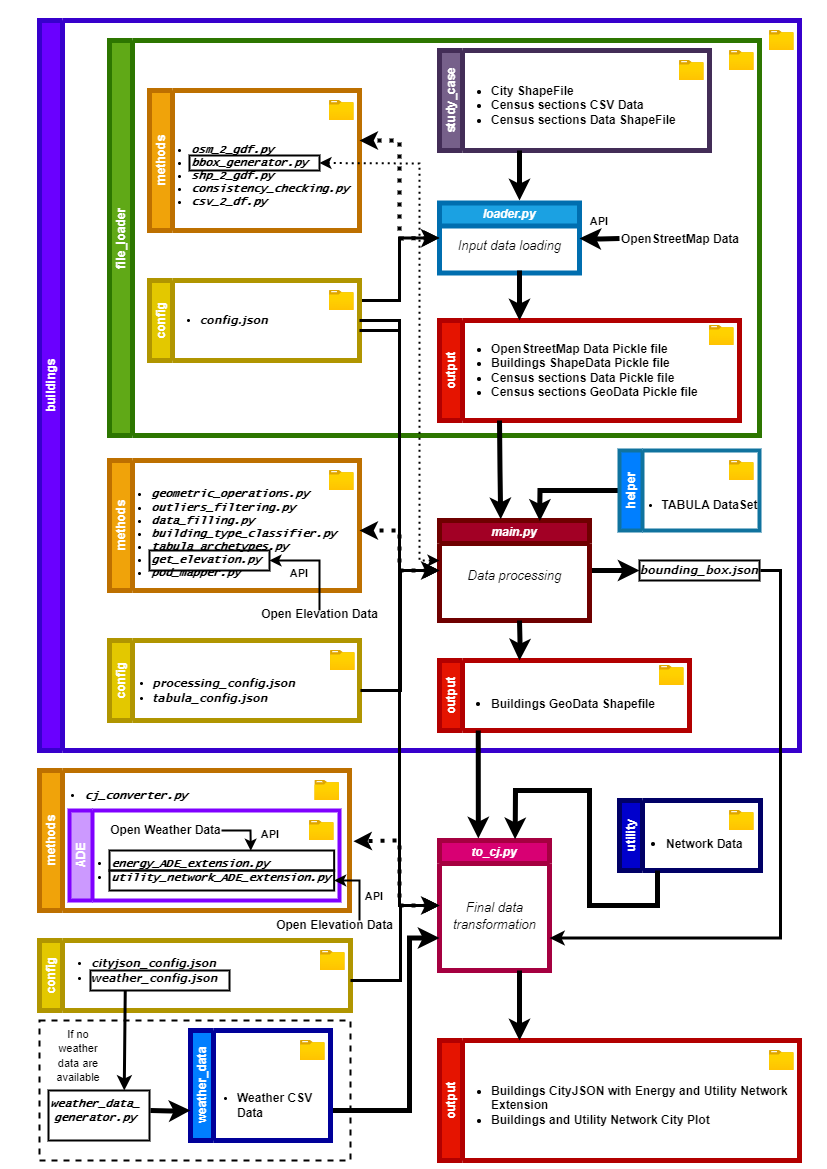
ElTure97/A-standardised-GIS-based-tool-to-automate-urban-scenario-making keeps this draw.io diagram as pipeline_diagram.png. Above is the earlier version. Source tidied: cells renumbered, new cells last; positions are measured from the earlier drawing's top-left corner, leaving out a move shared by most shapes.
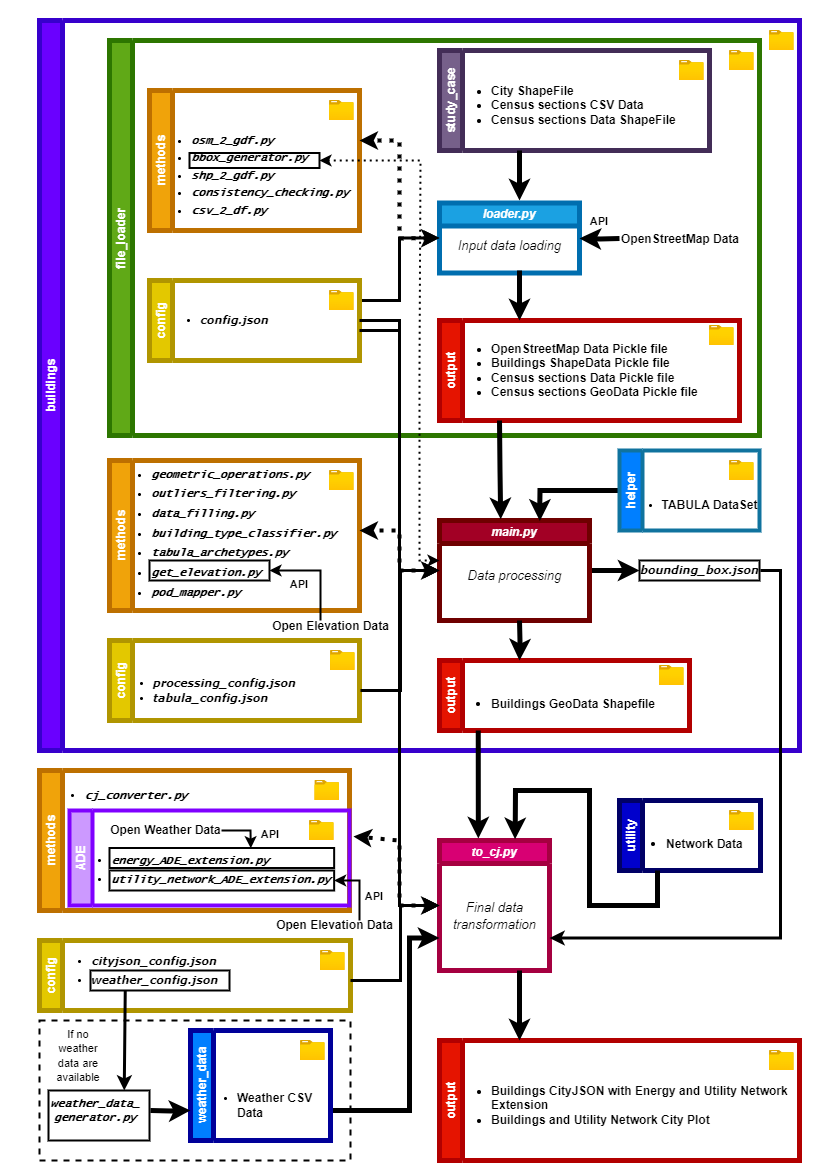
After the commit.

What changed in the source:
```diff
@@ -87,26 +87,26 @@
     <mxCell id="26" style="image;html=1;align=center;fontSize=12;image=img/lib/azure2/general/Folder_Blank.svg;" parent="25" vertex="1">
       <mxGeometry x="180" y="10" width="24.6" height="20" as="geometry" />
     </mxCell>
-    <mxCell id="27" value="&lt;ul style=&quot;font-size: 11px;&quot;&gt;&lt;li style=&quot;&quot;&gt;&lt;span style=&quot;&quot;&gt;&lt;font style=&quot;font-size: 11px;&quot; face=&quot;Lucida Console&quot;&gt;osm_2_gdf.py&lt;/font&gt;&lt;/span&gt;&lt;/li&gt;&lt;li style=&quot;border-color: var(--border-color);&quot;&gt;&lt;font style=&quot;border-color: var(--border-color); font-size: 11px;&quot; face=&quot;Lucida Console&quot;&gt;bbox_generator.py&lt;/font&gt;&lt;/li&gt;&lt;li style=&quot;&quot;&gt;&lt;span style=&quot;&quot;&gt;&lt;font style=&quot;font-size: 11px;&quot; face=&quot;Lucida Console&quot;&gt;shp_2_gdf.py&lt;/font&gt;&lt;/span&gt;&lt;/li&gt;&lt;li style=&quot;&quot;&gt;&lt;span style=&quot;&quot;&gt;&lt;font style=&quot;font-size: 11px;&quot; face=&quot;Lucida Console&quot;&gt;consistency_checking.py&lt;/font&gt;&lt;/span&gt;&lt;/li&gt;&lt;li style=&quot;&quot;&gt;&lt;span style=&quot;&quot;&gt;&lt;font style=&quot;font-size: 11px;&quot; face=&quot;Lucida Console&quot;&gt;csv_2_df.py&lt;/font&gt;&lt;/span&gt;&lt;/li&gt;&lt;/ul&gt;" style="text;html=1;align=left;verticalAlign=middle;whiteSpace=wrap;rounded=0;fontStyle=3;fontSize=14;fontColor=#000000;" parent="25" vertex="1">
+    <mxCell id="27" value="&lt;ul style=&quot;font-size: 11px; line-height: 160%;&quot;&gt;&lt;li style=&quot;&quot;&gt;&lt;span style=&quot;&quot;&gt;&lt;font style=&quot;font-size: 11px;&quot; face=&quot;Lucida Console&quot;&gt;osm_2_gdf.py&lt;/font&gt;&lt;/span&gt;&lt;/li&gt;&lt;li style=&quot;border-color: var(--border-color);&quot;&gt;&lt;font style=&quot;border-color: var(--border-color); font-size: 11px;&quot; face=&quot;Lucida Console&quot;&gt;bbox_generator.py&lt;/font&gt;&lt;/li&gt;&lt;li style=&quot;&quot;&gt;&lt;span style=&quot;&quot;&gt;&lt;font style=&quot;font-size: 11px;&quot; face=&quot;Lucida Console&quot;&gt;shp_2_gdf.py&lt;/font&gt;&lt;/span&gt;&lt;/li&gt;&lt;li style=&quot;&quot;&gt;&lt;span style=&quot;&quot;&gt;&lt;font style=&quot;font-size: 11px;&quot; face=&quot;Lucida Console&quot;&gt;consistency_checking.py&lt;/font&gt;&lt;/span&gt;&lt;/li&gt;&lt;li style=&quot;&quot;&gt;&lt;span style=&quot;&quot;&gt;&lt;font style=&quot;font-size: 11px;&quot; face=&quot;Lucida Console&quot;&gt;csv_2_df.py&lt;/font&gt;&lt;/span&gt;&lt;/li&gt;&lt;/ul&gt;" style="text;html=1;align=left;verticalAlign=middle;whiteSpace=wrap;rounded=0;fontStyle=3;fontSize=14;fontColor=#000000;" parent="25" vertex="1">
       <mxGeometry y="40" width="150" height="90" as="geometry" />
     </mxCell>
     <mxCell id="28" style="rounded=0;whiteSpace=wrap;html=1;fillColor=none;strokeWidth=2;" parent="25" vertex="1">
-      <mxGeometry x="40" y="65" width="130" height="15" as="geometry" />
+      <mxGeometry x="40" y="62.5" width="130" height="15" as="geometry" />
     </mxCell>
     <mxCell id="29" value="methods" style="swimlane;horizontal=0;whiteSpace=wrap;html=1;fillColor=#f0a30a;fontColor=#FFFFFF;strokeColor=#BD7000;strokeWidth=5;" parent="4" vertex="1">
-      <mxGeometry x="70" y="440" width="250" height="130" as="geometry" />
+      <mxGeometry x="70" y="440" width="250" height="150" as="geometry" />
     </mxCell>
     <mxCell id="30" style="image;html=1;align=center;fontSize=12;image=img/lib/azure2/general/Folder_Blank.svg;" parent="29" vertex="1">
       <mxGeometry x="220" y="10" width="24.6" height="20" as="geometry" />
     </mxCell>
-    <mxCell id="31" value="&lt;ul style=&quot;font-size: 11px;&quot;&gt;&lt;li style=&quot;&quot;&gt;&lt;font face=&quot;Lucida Console&quot;&gt;geometric_operations.py&lt;/font&gt;&lt;/li&gt;&lt;li style=&quot;&quot;&gt;&lt;font face=&quot;Lucida Console&quot;&gt;outliers_filtering.py&lt;/font&gt;&lt;/li&gt;&lt;li style=&quot;&quot;&gt;&lt;font face=&quot;Lucida Console&quot;&gt;data_filling.py&lt;/font&gt;&lt;/li&gt;&lt;li style=&quot;&quot;&gt;&lt;font face=&quot;Lucida Console&quot;&gt;building_type_classifier.py&lt;/font&gt;&lt;/li&gt;&lt;li style=&quot;&quot;&gt;&lt;font face=&quot;Lucida Console&quot;&gt;tabula_archetypes.py&lt;/font&gt;&lt;/li&gt;&lt;li style=&quot;&quot;&gt;&lt;font face=&quot;Lucida Console&quot;&gt;get_elevation.py&lt;/font&gt;&lt;/li&gt;&lt;li style=&quot;&quot;&gt;&lt;font face=&quot;Lucida Console&quot;&gt;pod_mapper.py&lt;/font&gt;&lt;/li&gt;&lt;/ul&gt;" style="text;html=1;align=left;verticalAlign=middle;whiteSpace=wrap;rounded=0;fontStyle=3;fontSize=14;fontColor=#000000;" parent="29" vertex="1">
+    <mxCell id="31" value="&lt;ul style=&quot;font-size: 11px; line-height: 170%;&quot;&gt;&lt;li style=&quot;&quot;&gt;&lt;font face=&quot;Lucida Console&quot;&gt;geometric_operations.py&lt;/font&gt;&lt;/li&gt;&lt;li style=&quot;&quot;&gt;&lt;font face=&quot;Lucida Console&quot;&gt;outliers_filtering.py&lt;/font&gt;&lt;/li&gt;&lt;li style=&quot;&quot;&gt;&lt;font face=&quot;Lucida Console&quot;&gt;data_filling.py&lt;/font&gt;&lt;/li&gt;&lt;li style=&quot;&quot;&gt;&lt;font face=&quot;Lucida Console&quot;&gt;building_type_classifier.py&lt;/font&gt;&lt;/li&gt;&lt;li style=&quot;&quot;&gt;&lt;font face=&quot;Lucida Console&quot;&gt;tabula_archetypes.py&lt;/font&gt;&lt;/li&gt;&lt;li style=&quot;&quot;&gt;&lt;font face=&quot;Lucida Console&quot;&gt;get_elevation.py&lt;/font&gt;&lt;/li&gt;&lt;li style=&quot;&quot;&gt;&lt;font face=&quot;Lucida Console&quot;&gt;pod_mapper.py&lt;/font&gt;&lt;/li&gt;&lt;/ul&gt;" style="text;html=1;align=left;verticalAlign=middle;whiteSpace=wrap;rounded=0;fontStyle=3;fontSize=14;fontColor=#000000;" parent="29" vertex="1">
       <mxGeometry y="30" width="150" height="85" as="geometry" />
     </mxCell>
     <mxCell id="32" style="rounded=0;whiteSpace=wrap;html=1;fillColor=none;strokeWidth=2;" parent="29" vertex="1">
-      <mxGeometry x="40" y="90" width="120" height="20" as="geometry" />
+      <mxGeometry x="40" y="100" width="120" height="20" as="geometry" />
     </mxCell>
     <mxCell id="33" value="&lt;b&gt;&lt;font style=&quot;font-size: 11px;&quot;&gt;API&lt;/font&gt;&lt;/b&gt;" style="text;html=1;strokeColor=none;fillColor=none;align=center;verticalAlign=middle;whiteSpace=wrap;rounded=0;" parent="29" vertex="1">
-      <mxGeometry x="160" y="102" width="60" height="22.5" as="geometry" />
+      <mxGeometry x="160" y="113" width="60" height="22.5" as="geometry" />
     </mxCell>
     <mxCell id="34" value="&lt;font color=&quot;#ffffff&quot;&gt;config&lt;/font&gt;" style="swimlane;horizontal=0;whiteSpace=wrap;html=1;fillColor=#e3c800;strokeColor=#B09500;fontColor=#000000;strokeWidth=5;startSize=23;" parent="4" vertex="1">
       <mxGeometry x="70" y="620" width="250" height="80" as="geometry" />
@@ -188,6 +188,17 @@
     <mxCell id="51" style="rounded=0;whiteSpace=wrap;html=1;fillColor=none;fontFamily=Verdana;strokeWidth=2;" parent="4" vertex="1">
       <mxGeometry x="600" y="540" width="120" height="20" as="geometry" />
     </mxCell>
+    <mxCell id="78" style="endArrow=classic;html=1;rounded=0;entryX=1;entryY=0.5;entryDx=0;entryDy=0;strokeWidth=2;" parent="4" edge="1" target="32">
+      <mxGeometry relative="1" as="geometry">
+        <mxPoint x="281" y="600" as="sourcePoint" />
+        <Array as="points">
+          <mxPoint x="281" y="550" />
+        </Array>
+      </mxGeometry>
+    </mxCell>
+    <mxCell id="79" value="&lt;font size=&quot;1&quot; style=&quot;&quot;&gt;&lt;b style=&quot;font-size: 12px;&quot;&gt;Open Elevation Data&lt;/b&gt;&lt;/font&gt;" style="text;html=1;align=center;verticalAlign=middle;strokeColor=none;fillColor=none;fontSize=13;" parent="4" vertex="1">
+      <mxGeometry x="221" y="590" width="140" height="30" as="geometry" />
+    </mxCell>
     <mxCell id="52" value="methods" style="swimlane;horizontal=0;whiteSpace=wrap;html=1;fillColor=#f0a30a;fontColor=#FFFFFF;strokeColor=#BD7000;strokeWidth=5;" parent="1" vertex="1">
       <mxGeometry x="9" y="750" width="310" height="140" as="geometry" />
     </mxCell>
@@ -195,26 +206,26 @@
       <mxGeometry x="275.4" y="10" width="24.6" height="20" as="geometry" />
     </mxCell>
     <mxCell id="54" value="ADE" style="swimlane;horizontal=0;whiteSpace=wrap;html=1;fillColor=#CC99FF;fontColor=#ffffff;strokeColor=#7F00FF;strokeWidth=4;" parent="52" vertex="1">
-      <mxGeometry x="30" y="40" width="270" height="90" as="geometry" />
+      <mxGeometry x="30" y="40" width="280" height="95" as="geometry" />
     </mxCell>
     <mxCell id="55" style="image;html=1;align=center;fontSize=12;image=img/lib/azure2/general/Folder_Blank.svg;" parent="54" vertex="1">
       <mxGeometry x="240" y="10" width="24.6" height="20" as="geometry" />
     </mxCell>
-    <mxCell id="56" value="&lt;ul&gt;&lt;li&gt;energy_ADE_extension.py&lt;/li&gt;&lt;li style=&quot;&quot;&gt;utility_network_ADE_extension.py&lt;/li&gt;&lt;/ul&gt;" style="text;html=1;align=left;verticalAlign=middle;points=[];strokeColor=none;fillColor=none;fontStyle=3;fontFamily=Lucida Console;fontSize=11;" parent="54" vertex="1">
-      <mxGeometry y="30" width="280" height="60" as="geometry" />
+    <mxCell id="56" value="&lt;ul style=&quot;line-height: 170%;&quot;&gt;&lt;li&gt;energy_ADE_extension.py&lt;/li&gt;&lt;li style=&quot;&quot;&gt;utility_network_ADE_extension.py&lt;/li&gt;&lt;/ul&gt;" style="text;html=1;align=left;verticalAlign=middle;points=[];strokeColor=none;fillColor=none;fontStyle=3;fontFamily=Lucida Console;fontSize=11;" parent="54" vertex="1">
+      <mxGeometry y="25" width="280" height="70" as="geometry" />
     </mxCell>
     <mxCell id="57" style="rounded=0;whiteSpace=wrap;html=1;fillColor=none;strokeWidth=2;" parent="54" vertex="1">
       <mxGeometry x="40" y="60" width="224.7" height="20" as="geometry" />
     </mxCell>
-    <mxCell id="58" style="rounded=0;whiteSpace=wrap;html=1;fillColor=none;strokeWidth=2;" parent="54" vertex="1">
-      <mxGeometry x="40" y="40" width="224.7" height="20" as="geometry" />
-    </mxCell>
     <mxCell id="59" value="&lt;font size=&quot;1&quot;&gt;&lt;b style=&quot;font-size: 12px;&quot;&gt;Open Weather Data&lt;/b&gt;&lt;/font&gt;" style="text;html=1;align=center;verticalAlign=middle;strokeColor=none;fillColor=none;" parent="54" vertex="1">
       <mxGeometry x="31" y="5" width="130" height="30" as="geometry" />
     </mxCell>
     <mxCell id="60" value="&lt;b&gt;&lt;font style=&quot;font-size: 11px;&quot;&gt;API&lt;/font&gt;&lt;/b&gt;" style="text;html=1;strokeColor=none;fillColor=none;align=center;verticalAlign=middle;whiteSpace=wrap;rounded=0;" parent="54" vertex="1">
       <mxGeometry x="171" y="17.5" width="60" height="12.5" as="geometry" />
     </mxCell>
+    <mxCell id="58" style="rounded=0;whiteSpace=wrap;html=1;fillColor=none;strokeWidth=2;" parent="54" vertex="1">
+      <mxGeometry x="40" y="37.5" width="224.7" height="20" as="geometry" />
+    </mxCell>
     <mxCell id="61" value="&lt;ul&gt;&lt;li&gt;cj_converter.py&lt;/li&gt;&lt;/ul&gt;" style="text;html=1;align=center;verticalAlign=middle;strokeColor=none;fillColor=none;fontStyle=3;fontFamily=Lucida Console;fontSize=11;" parent="52" vertex="1">
       <mxGeometry x="-9" width="170" height="50" as="geometry" />
     </mxCell>
@@ -224,8 +235,8 @@
     <mxCell id="63" style="image;html=1;align=center;fontSize=12;image=img/lib/azure2/general/Folder_Blank.svg;" parent="62" vertex="1">
       <mxGeometry x="281" y="10" width="24.6" height="20" as="geometry" />
     </mxCell>
-    <mxCell id="64" value="&lt;ul&gt;&lt;li&gt;&lt;font face=&quot;Verdana&quot; style=&quot;font-size: 11px;&quot;&gt;cityjson_config.json&lt;/font&gt;&lt;/li&gt;&lt;li style=&quot;text-align: left;&quot;&gt;&lt;font face=&quot;Verdana&quot; style=&quot;font-size: 11px;&quot;&gt;weather_config.json&lt;/font&gt;&lt;/li&gt;&lt;/ul&gt;" style="text;html=1;align=center;verticalAlign=middle;strokeColor=none;fillColor=none;fontStyle=3;fontFamily=Lucida Console;fontSize=11;" parent="62" vertex="1">
-      <mxGeometry width="190" height="60" as="geometry" />
+    <mxCell id="64" value="&lt;ul style=&quot;line-height: 160%;&quot;&gt;&lt;li&gt;&lt;font face=&quot;Verdana&quot; style=&quot;font-size: 11px;&quot;&gt;cityjson_config.json&lt;/font&gt;&lt;/li&gt;&lt;li style=&quot;text-align: left;&quot;&gt;&lt;font face=&quot;Verdana&quot; style=&quot;font-size: 11px;&quot;&gt;weather_config.json&lt;/font&gt;&lt;/li&gt;&lt;/ul&gt;" style="text;html=1;align=center;verticalAlign=middle;strokeColor=none;fillColor=none;fontStyle=3;fontFamily=Lucida Console;fontSize=11;" parent="62" vertex="1">
+      <mxGeometry y="-5" width="190" height="70" as="geometry" />
     </mxCell>
     <mxCell id="65" style="rounded=0;whiteSpace=wrap;html=1;fillColor=none;strokeWidth=2;" parent="62" vertex="1">
       <mxGeometry x="51" y="30" width="139" height="20" as="geometry" />
@@ -297,24 +308,13 @@
       <mxGeometry relative="1" as="geometry">
         <mxPoint x="409" y="540" as="targetPoint" />
         <Array as="points">
-          <mxPoint x="389" y="143" />
+          <mxPoint x="390" y="140" />
           <mxPoint x="389" y="350" />
           <mxPoint x="389" y="460" />
           <mxPoint x="389" y="540" />
         </Array>
       </mxGeometry>
     </mxCell>
-    <mxCell id="78" style="endArrow=classic;html=1;rounded=0;entryX=1;entryY=0.5;entryDx=0;entryDy=0;strokeWidth=2;" parent="1" edge="1" target="32">
-      <mxGeometry relative="1" as="geometry">
-        <mxPoint x="289" y="590" as="sourcePoint" />
-        <Array as="points">
-          <mxPoint x="289" y="540" />
-        </Array>
-      </mxGeometry>
-    </mxCell>
-    <mxCell id="79" value="&lt;font size=&quot;1&quot; style=&quot;&quot;&gt;&lt;b style=&quot;font-size: 12px;&quot;&gt;Open Elevation Data&lt;/b&gt;&lt;/font&gt;" style="text;html=1;align=center;verticalAlign=middle;strokeColor=none;fillColor=none;fontSize=13;" parent="1" vertex="1">
-      <mxGeometry x="219" y="578" width="140" height="30" as="geometry" />
-    </mxCell>
     <mxCell id="80" style="endArrow=classic;html=1;rounded=0;entryX=1;entryY=0.5;entryDx=0;entryDy=0;strokeWidth=2;" parent="1" edge="1" target="57">
       <mxGeometry relative="1" as="geometry">
         <mxPoint x="329" y="900" as="sourcePoint" />
```
